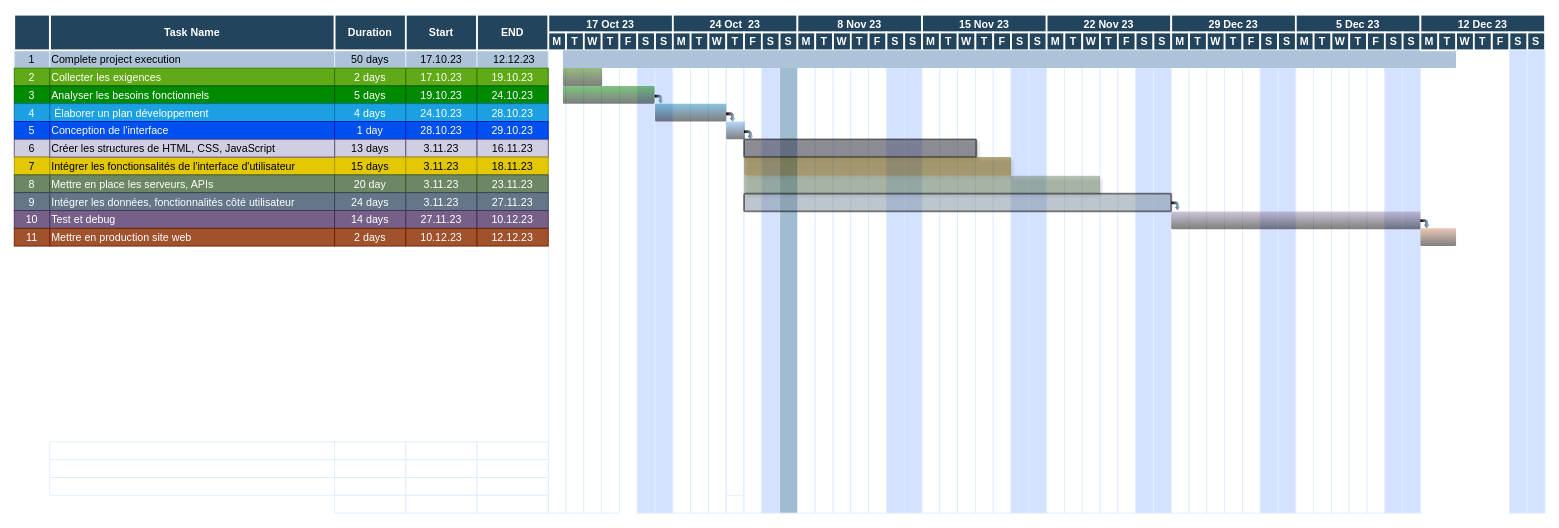
zung31/zung31 keeps this draw.io diagram as bdd_gant.drawio. Above is the earlier version. Source tidied: cells renumbered, new cells numbered last; positions are measured from the earlier drawing's top-left corner, leaving out a move shared by most shapes. Both pictures are drawn from the tidied source at 89%, with x=0, y=0 at pixel (13, 14).
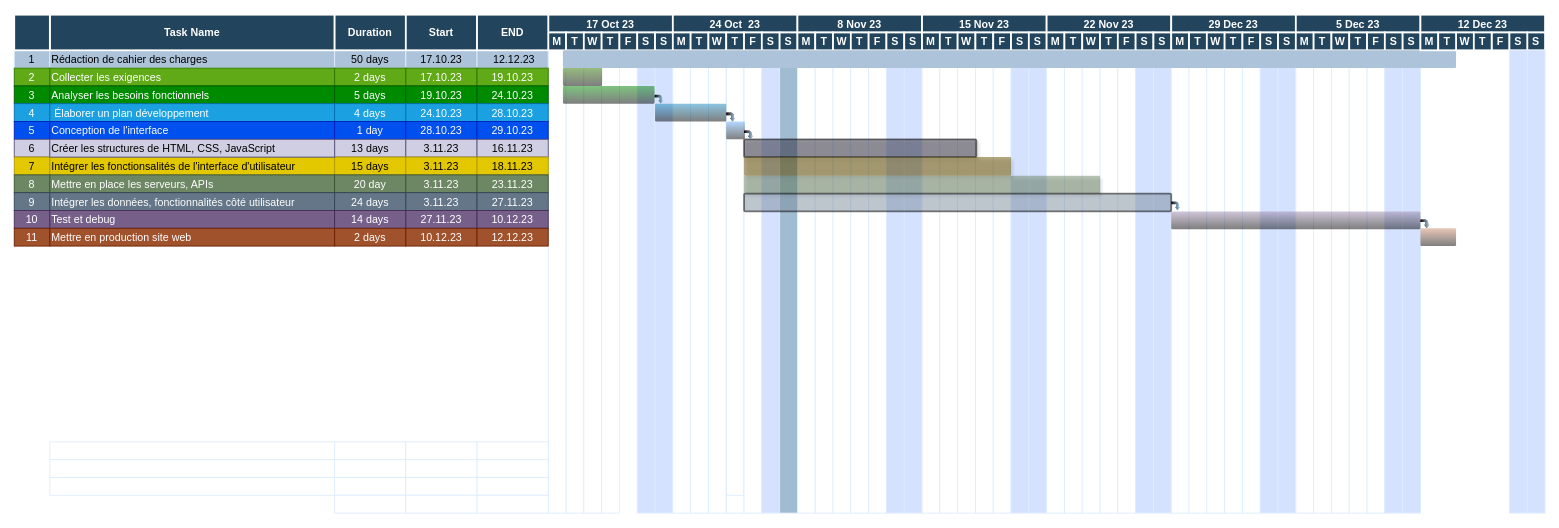
The same diagram, later.

The edit, as a diff of the source:
```diff
@@
-    <mxCell id="3" value="Complete project execution" style="align=left;strokeColor=#DEEDFF;fillColor=#ADC3D9;" parent="1" vertex="1">
+    <mxCell id="3" value="Rédaction de cahier des charges" style="align=left;strokeColor=#DEEDFF;fillColor=#ADC3D9;" parent="1" vertex="1">
       <mxGeometry x="40.5" y="40" width="320" height="20" as="geometry" />
     </mxCell>
```
